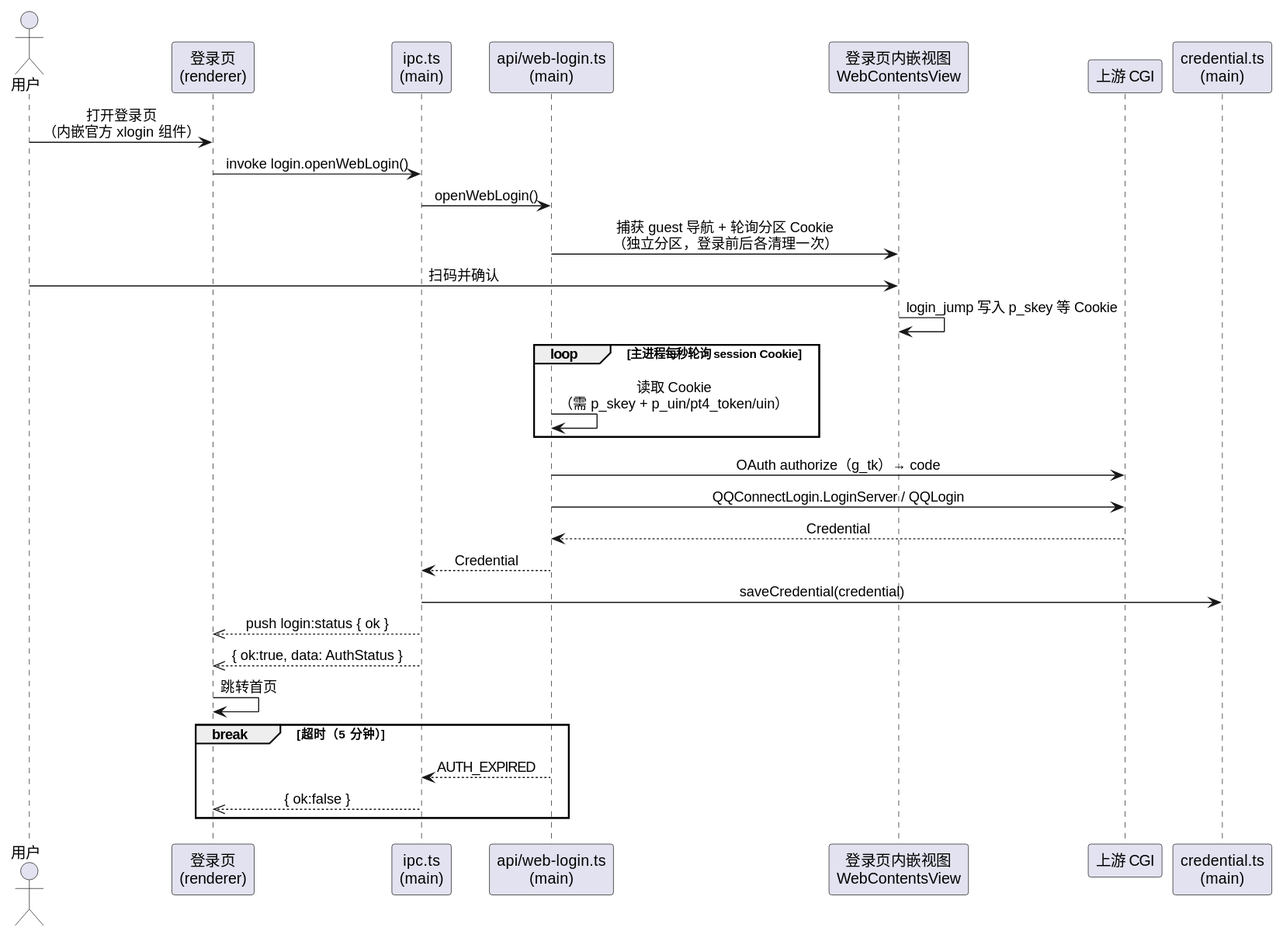
54m43lJ/LycheePlayer keeps this PlantUML diagram as diagram/seq-login.svg. Above is the earlier version.
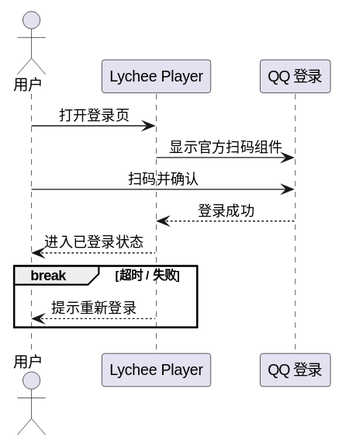
Later version of the same file.

Diff of the diagram source:
```diff
@@ -3,35 +3,16 @@
 skinparam defaultTextAlignment center
 
 actor 用户 as U
-participant "登录页\n(renderer)" as UI
-participant "ipc.ts\n(main)" as IPC
-participant "api/web-login.ts\n(main)" as WL
-participant "登录页内嵌视图\nWebContentsView" as XW
-participant "上游 CGI" as UP
-participant "credential.ts\n(main)" as CR
+participant "Lychee Player" as APP
+participant "QQ 登录" as QQ
 
-U -> UI : 打开登录页\n（内嵌官方 xlogin 组件）
-UI -> IPC : invoke login.openWebLogin()
-IPC -> WL : openWebLogin()
-WL -> XW : 捕获 guest 导航 + 轮询分区 Cookie\n（独立分区，登录前后各清理一次）
-U -> XW : 扫码并确认
-XW -> XW : login_jump 写入 p_skey 等 Cookie
+U -> APP : 打开登录页
+APP -> QQ : 显示官方扫码组件
+U -> QQ : 扫码并确认
+QQ --> APP : 登录成功
+APP --> U : 进入已登录状态
 
-loop 主进程每秒轮询 session Cookie
-  WL -> WL : 读取 Cookie\n（需 p_skey + p_uin/pt4_token/uin）
-end
-
-WL -> UP : OAuth authorize（g_tk）→ code
-WL -> UP : QQConnectLogin.LoginServer / QQLogin
-UP --> WL : Credential
-WL --> IPC : Credential
-IPC -> CR : saveCredential(credential)
-IPC -->> UI : push login:status { ok }
-IPC -->> UI : { ok:true, data: AuthStatus }
-UI -> UI : 跳转首页
-
-break 超时（5 分钟）
-  WL --> IPC : AUTH_EXPIRED
-  IPC -->> UI : { ok:false }
+break 超时 / 失败
+  APP --> U : 提示重新登录
 end
 @enduml
```
